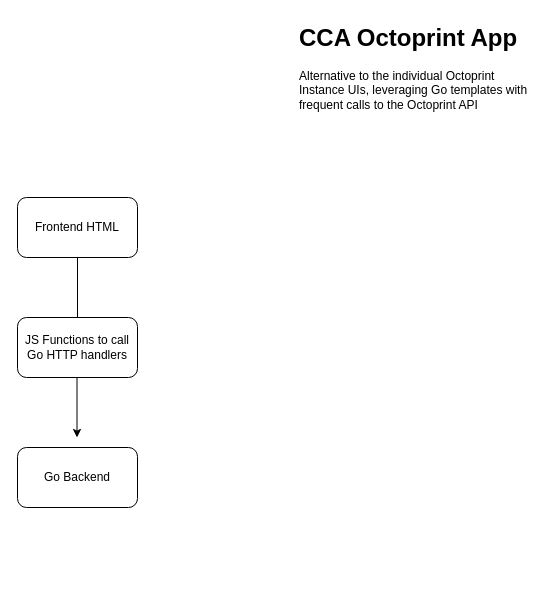
The draw.io diagram Octoprint App Diagram.drawio in Wither19/CCA-OctoPrint-Server-Project, before the edit. Source tidied: cells renumbered, new cells numbered last; positions are measured from the earlier drawing's top-left corner, leaving out a move shared by most shapes. Both pictures are drawn from the tidied source at 100%, with x=0, y=0 at pixel (17, 17).
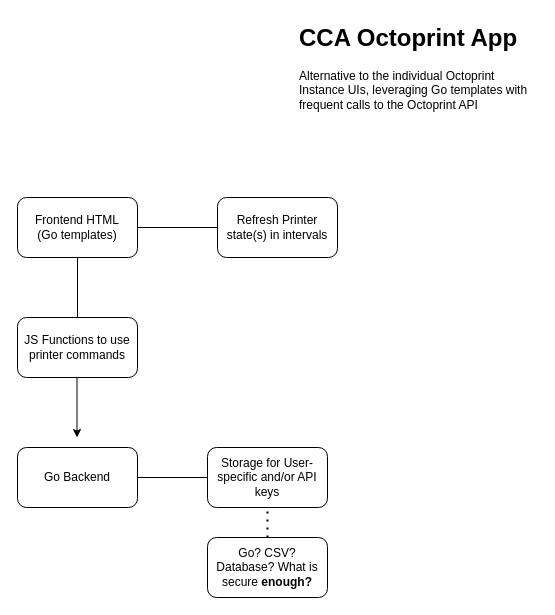
The same diagram, later.

The edit, as a diff of the source:
```diff
@@
 <mxGraphModel>
   <root>
     <mxCell id="0" />
     <mxCell id="1" parent="0" />
     <mxCell id="2" value="&lt;h1 style=&quot;margin-top: 0px;&quot;&gt;CCA Octoprint App&lt;/h1&gt;&lt;div&gt;Alternative to the individual Octoprint Instance UIs, leveraging Go templates with frequent calls to the Octoprint API&lt;/div&gt;" style="text;html=1;whiteSpace=wrap;overflow=hidden;rounded=0;" parent="1" vertex="1">
       <mxGeometry x="280" width="240" height="120" as="geometry" />
     </mxCell>
-    <mxCell id="3" value="Frontend HTML" style="rounded=1;whiteSpace=wrap;html=1;" parent="1" vertex="1">
+    <mxCell id="3" value="Frontend HTML&lt;div&gt;(Go templates)&lt;/div&gt;" style="rounded=1;whiteSpace=wrap;html=1;" parent="1" vertex="1">
       <mxGeometry y="180" width="120" height="60" as="geometry" />
     </mxCell>
     <mxCell id="4" style="endArrow=none;html=1;rounded=0;" parent="1" edge="1">
       <mxGeometry relative="1" as="geometry">
         <mxPoint x="60" y="300" as="sourcePoint" />
         <mxPoint x="60" y="240" as="targetPoint" />
       </mxGeometry>
     </mxCell>
-    <mxCell id="5" value="JS Functions to call Go HTTP handlers" style="rounded=1;whiteSpace=wrap;html=1;" parent="1" vertex="1">
+    <mxCell id="5" value="JS Functions to use printer commands" style="rounded=1;whiteSpace=wrap;html=1;" parent="1" vertex="1">
       <mxGeometry y="300" width="120" height="60" as="geometry" />
     </mxCell>
     <mxCell id="6" style="endArrow=classic;html=1;rounded=0;" parent="1" edge="1">
       <mxGeometry relative="1" as="geometry">
         <mxPoint x="59.5" y="360" as="sourcePoint" />
         <mxPoint x="59.5" y="420" as="targetPoint" />
       </mxGeometry>
     </mxCell>
     <mxCell id="7" value="Go Backend" style="rounded=1;whiteSpace=wrap;html=1;" parent="1" vertex="1">
       <mxGeometry y="430" width="120" height="60" as="geometry" />
     </mxCell>
+    <mxCell id="8" value="Storage for User-specific and/or API keys" style="rounded=1;whiteSpace=wrap;html=1;" parent="1" vertex="1">
+      <mxGeometry x="190" y="430" width="120" height="60" as="geometry" />
+    </mxCell>
+    <mxCell id="9" style="endArrow=none;html=1;rounded=0;entryX=0;entryY=0.5;entryDx=0;entryDy=0;exitX=1;exitY=0.5;exitDx=0;exitDy=0;" parent="1" edge="1" source="7" target="8">
+      <mxGeometry relative="1" as="geometry" />
+    </mxCell>
+    <mxCell id="10" style="endArrow=none;dashed=1;html=1;dashPattern=1 3;strokeWidth=2;rounded=0;" parent="1" edge="1">
+      <mxGeometry relative="1" as="geometry">
+        <mxPoint x="250" y="520" as="sourcePoint" />
+        <mxPoint x="250" y="490" as="targetPoint" />
+      </mxGeometry>
+    </mxCell>
+    <mxCell id="11" value="Go&lt;span style=&quot;background-color: transparent; color: light-dark(rgb(0, 0, 0), rgb(255, 255, 255));&quot;&gt;? CSV? Database? What is secure &lt;b&gt;enough?&lt;/b&gt;&lt;/span&gt;" style="rounded=1;whiteSpace=wrap;html=1;" parent="1" vertex="1">
+      <mxGeometry x="190" y="520" width="120" height="60" as="geometry" />
+    </mxCell>
+    <mxCell id="12" value="Refresh Printer state(s) in intervals" style="rounded=1;whiteSpace=wrap;html=1;" parent="1" vertex="1">
+      <mxGeometry x="200" y="180" width="120" height="60" as="geometry" />
+    </mxCell>
+    <mxCell id="13" style="endArrow=none;html=1;rounded=0;" parent="1" edge="1">
+      <mxGeometry relative="1" as="geometry">
+        <mxPoint x="120" y="210" as="sourcePoint" />
+        <mxPoint x="200" y="210" as="targetPoint" />
+      </mxGeometry>
+    </mxCell>
   </root>
 </mxGraphModel>
```
